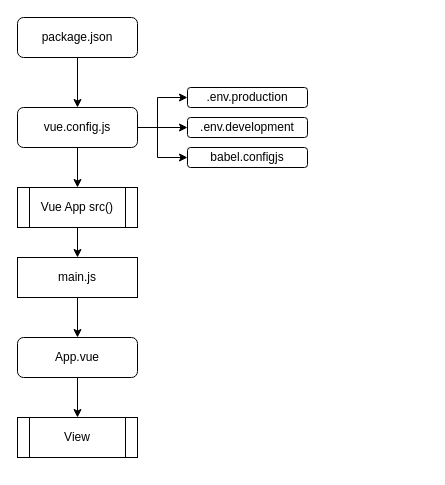
hellousworld/cvc keeps this draw.io diagram as front.drawio. Above is the earlier version. Source tidied: cells renumbered, new cells numbered last; positions are measured from the earlier drawing's top-left corner, leaving out a move shared by most shapes. Both pictures are drawn from the tidied source at 100%, with x=0, y=0 at pixel (17, 17).
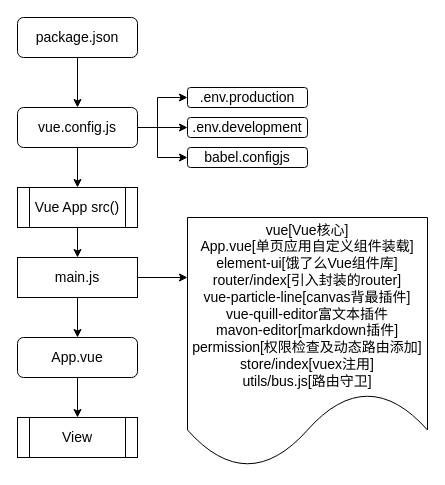
Above is the later version.

What changed in the source:
```diff
@@
-    <mxCell id="2" value="package.json" style="rounded=1;whiteSpace=wrap;html=1;fontSize=12;glass=0;strokeWidth=1;shadow=0;" parent="1" vertex="1">
+    <mxCell id="2" value="&lt;font style=&quot;font-size: 14px;&quot;&gt;package.json&lt;/font&gt;" style="rounded=1;whiteSpace=wrap;html=1;fontSize=12;glass=0;strokeWidth=1;shadow=0;" parent="1" vertex="1">
       <mxGeometry width="120" height="40" as="geometry" />
     </mxCell>
-    <mxCell id="3" value=".env.development" style="rounded=1;whiteSpace=wrap;html=1;fontSize=12;glass=0;strokeWidth=1;shadow=0;" parent="1" vertex="1">
+    <mxCell id="3" value="&lt;font style=&quot;font-size: 14px;&quot;&gt;.env.development&lt;/font&gt;" style="rounded=1;whiteSpace=wrap;html=1;fontSize=12;glass=0;strokeWidth=1;shadow=0;" parent="1" vertex="1">
       <mxGeometry x="170" y="100" width="120" height="20" as="geometry" />
     </mxCell>
-    <mxCell id="4" value="App.vue" style="rounded=1;whiteSpace=wrap;html=1;fontSize=12;glass=0;strokeWidth=1;shadow=0;" parent="1" vertex="1">
+    <mxCell id="4" value="&lt;font style=&quot;font-size: 14px;&quot;&gt;App.vue&lt;/font&gt;" style="rounded=1;whiteSpace=wrap;html=1;fontSize=12;glass=0;strokeWidth=1;shadow=0;" parent="1" vertex="1">
       <mxGeometry y="320" width="120" height="40" as="geometry" />
     </mxCell>
-    <mxCell id="5" value="babel.configjs" style="rounded=1;whiteSpace=wrap;html=1;fontSize=12;glass=0;strokeWidth=1;shadow=0;" parent="1" vertex="1">
+    <mxCell id="5" value="&lt;font style=&quot;font-size: 14px;&quot;&gt;babel.configjs&lt;/font&gt;" style="rounded=1;whiteSpace=wrap;html=1;fontSize=12;glass=0;strokeWidth=1;shadow=0;" parent="1" vertex="1">
       <mxGeometry x="170" y="130" width="120" height="20" as="geometry" />
     </mxCell>
-    <mxCell id="6" value="vue.config.js" style="rounded=1;whiteSpace=wrap;html=1;fontSize=12;glass=0;strokeWidth=1;shadow=0;" parent="1" vertex="1">
+    <mxCell id="6" value="&lt;font style=&quot;font-size: 14px;&quot;&gt;vue.config.js&lt;/font&gt;" style="rounded=1;whiteSpace=wrap;html=1;fontSize=12;glass=0;strokeWidth=1;shadow=0;" parent="1" vertex="1">
       <mxGeometry y="90" width="120" height="40" as="geometry" />
     </mxCell>
-    <mxCell id="7" value="Vue App src()" style="shape=process;whiteSpace=wrap;html=1;backgroundOutline=1;" parent="1" vertex="1">
+    <mxCell id="7" value="&lt;font style=&quot;font-size: 14px;&quot;&gt;Vue App src()&lt;/font&gt;" style="shape=process;whiteSpace=wrap;html=1;backgroundOutline=1;" parent="1" vertex="1">
       <mxGeometry y="170" width="120" height="40" as="geometry" />
     </mxCell>
-    <mxCell id="8" value="main.js" style="rounded=0;whiteSpace=wrap;html=1;" parent="1" vertex="1">
+    <mxCell id="8" value="&lt;font style=&quot;font-size: 14px;&quot;&gt;main.js&lt;/font&gt;" style="rounded=0;whiteSpace=wrap;html=1;" parent="1" vertex="1">
       <mxGeometry y="240" width="120" height="40" as="geometry" />
     </mxCell>
@@
-    <mxCell id="14" value="View" style="shape=process;whiteSpace=wrap;html=1;backgroundOutline=1;" parent="1" vertex="1">
+    <mxCell id="14" value="&lt;font style=&quot;font-size: 14px;&quot;&gt;View&lt;/font&gt;" style="shape=process;whiteSpace=wrap;html=1;backgroundOutline=1;" parent="1" vertex="1">
       <mxGeometry y="400" width="120" height="40" as="geometry" />
     </mxCell>
-    <mxCell id="15" value=".env.production" style="rounded=1;whiteSpace=wrap;html=1;fontSize=12;glass=0;strokeWidth=1;shadow=0;" parent="1" vertex="1">
+    <mxCell id="15" value="&lt;font style=&quot;font-size: 14px;&quot;&gt;.env.production&lt;/font&gt;" style="rounded=1;whiteSpace=wrap;html=1;fontSize=12;glass=0;strokeWidth=1;shadow=0;" parent="1" vertex="1">
       <mxGeometry x="170" y="70" width="120" height="20" as="geometry" />
     </mxCell>
@@
+    <mxCell id="19" value="&lt;font style=&quot;font-size: 14px;&quot;&gt;vue[Vue核心]&lt;/font&gt;&lt;div style=&quot;font-size: 14px;&quot;&gt;&lt;font style=&quot;font-size: 14px;&quot;&gt;App.vue[单页应用自定义组件装载]&lt;/font&gt;&lt;/div&gt;&lt;div style=&quot;font-size: 14px;&quot;&gt;&lt;font style=&quot;font-size: 14px;&quot;&gt;element-ui[饿了么Vue组件库]&lt;/font&gt;&lt;/div&gt;&lt;div style=&quot;font-size: 14px;&quot;&gt;&lt;font style=&quot;font-size: 14px;&quot;&gt;router/index[引入封装的router]&lt;/font&gt;&lt;/div&gt;&lt;div style=&quot;font-size: 14px;&quot;&gt;&lt;font style=&quot;font-size: 14px;&quot;&gt;vue-particle-line[canvas背最插件]&lt;/font&gt;&lt;/div&gt;&lt;div style=&quot;font-size: 14px;&quot;&gt;&lt;font style=&quot;font-size: 14px;&quot;&gt;vue-quill-editor富文本插件&lt;/font&gt;&lt;/div&gt;&lt;div style=&quot;font-size: 14px;&quot;&gt;&lt;font style=&quot;font-size: 14px;&quot;&gt;mavon-editor[markdown插件]&lt;/font&gt;&lt;/div&gt;&lt;div style=&quot;font-size: 14px;&quot;&gt;&lt;font style=&quot;font-size: 14px;&quot;&gt;permission[权限检查及动态路由添加]&lt;/font&gt;&lt;/div&gt;&lt;div style=&quot;font-size: 14px;&quot;&gt;&lt;font style=&quot;font-size: 14px;&quot;&gt;store/index[vuex注用]&lt;/font&gt;&lt;/div&gt;&lt;div style=&quot;font-size: 14px;&quot;&gt;&lt;font style=&quot;font-size: 14px;&quot;&gt;utils/bus.js[路由守卫]&lt;/font&gt;&lt;/div&gt;" style="shape=document;whiteSpace=wrap;html=1;boundedLbl=1;" parent="1" vertex="1">
+      <mxGeometry x="170" y="200" width="240" height="250" as="geometry" />
+    </mxCell>
+    <mxCell id="20" style="endArrow=classic;html=1;rounded=0;exitX=1;exitY=0.5;exitDx=0;exitDy=0;" parent="1" edge="1" source="8">
+      <mxGeometry relative="1" as="geometry">
+        <mxPoint x="170" y="260" as="targetPoint" />
+      </mxGeometry>
+    </mxCell>
```
